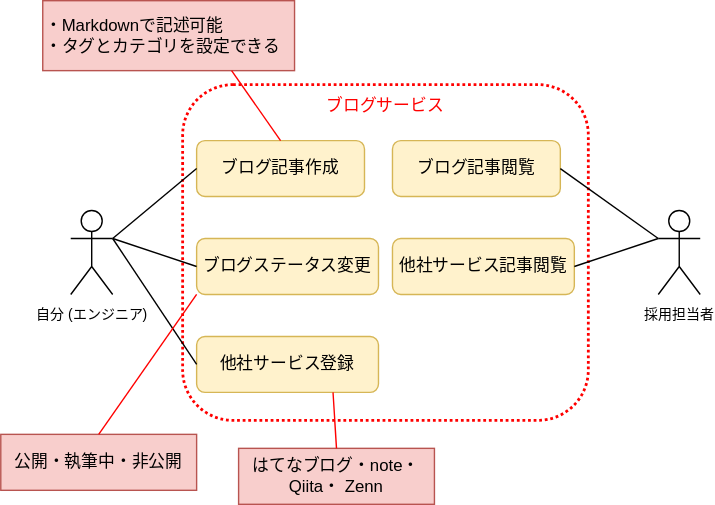
This is document/phase1/usecase.drawio.svg from fighters48/self-branding, a draw.io export, as it was before one commit. Source tidied: cells renumbered, new cells last; positions are measured from the earlier drawing's top-left corner, leaving out a move shared by most shapes.
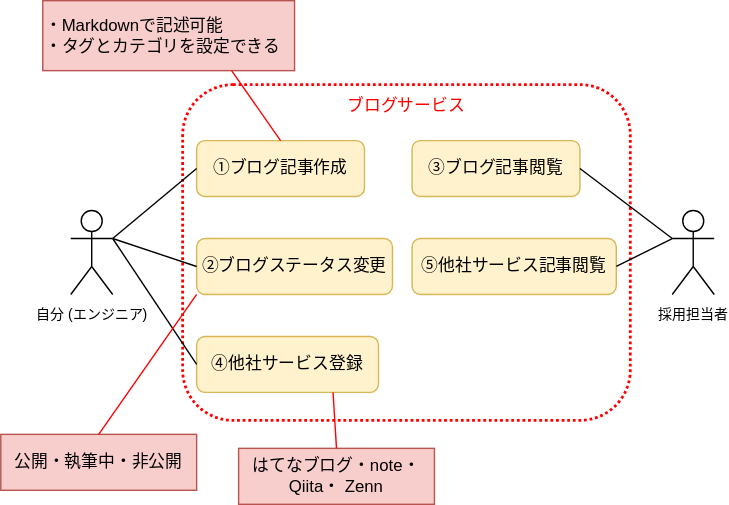
The same file after the commit.

Commit message:
feat: アクティビティ図を追加

What changed in the source:
```diff
@@ -6,28 +6,28 @@
       <mxGeometry x="50" y="150" width="30" height="60" as="geometry" />
     </mxCell>
     <mxCell id="3" value="&lt;font style=&quot;font-size: 10px;&quot;&gt;採用担当者&lt;/font&gt;" style="shape=umlActor;verticalLabelPosition=bottom;verticalAlign=top;html=1;outlineConnect=0;" parent="1" vertex="1">
-      <mxGeometry x="470" y="150" width="30" height="60" as="geometry" />
+      <mxGeometry x="480" y="150" width="30" height="60" as="geometry" />
     </mxCell>
     <mxCell id="4" style="rounded=1;whiteSpace=wrap;html=1;fillColor=none;strokeColor=#FF0000;strokeWidth=2;dashed=1;dashPattern=1 1;" parent="1" vertex="1">
-      <mxGeometry x="130" y="60" width="290" height="240" as="geometry" />
+      <mxGeometry x="130" y="60" width="320" height="240" as="geometry" />
     </mxCell>
     <mxCell id="5" value="&lt;font style=&quot;font-size: 12px;&quot; color=&quot;#ff0000&quot;&gt;ブログサービス&lt;/font&gt;" style="text;html=1;strokeColor=none;fillColor=none;align=center;verticalAlign=middle;whiteSpace=wrap;rounded=0;dashed=1;dashPattern=1 1;strokeWidth=2;" parent="1" vertex="1">
-      <mxGeometry x="225" y="60" width="100" height="30" as="geometry" />
+      <mxGeometry x="240" y="60" width="100" height="30" as="geometry" />
     </mxCell>
-    <mxCell id="6" value="ブログ記事作成" style="rounded=1;whiteSpace=wrap;html=1;strokeColor=#d6b656;strokeWidth=1;fontSize=12;fillColor=#fff2cc;" parent="1" vertex="1">
+    <mxCell id="6" value="①ブログ記事作成" style="rounded=1;whiteSpace=wrap;html=1;strokeColor=#d6b656;strokeWidth=1;fontSize=12;fillColor=#fff2cc;" parent="1" vertex="1">
       <mxGeometry x="140" y="100" width="120" height="40" as="geometry" />
     </mxCell>
-    <mxCell id="7" value="ブログステータス変更" style="rounded=1;whiteSpace=wrap;html=1;strokeColor=#d6b656;strokeWidth=1;fontSize=12;fillColor=#fff2cc;" parent="1" vertex="1">
-      <mxGeometry x="140" y="170" width="130" height="40" as="geometry" />
+    <mxCell id="7" value="②ブログステータス変更" style="rounded=1;whiteSpace=wrap;html=1;strokeColor=#d6b656;strokeWidth=1;fontSize=12;fillColor=#fff2cc;" parent="1" vertex="1">
+      <mxGeometry x="140" y="170" width="140" height="40" as="geometry" />
     </mxCell>
-    <mxCell id="8" value="他社サービス登録" style="rounded=1;whiteSpace=wrap;html=1;strokeColor=#d6b656;strokeWidth=1;fontSize=12;fillColor=#fff2cc;" parent="1" vertex="1">
+    <mxCell id="8" value="④他社サービス登録" style="rounded=1;whiteSpace=wrap;html=1;strokeColor=#d6b656;strokeWidth=1;fontSize=12;fillColor=#fff2cc;" parent="1" vertex="1">
       <mxGeometry x="140" y="240" width="130" height="40" as="geometry" />
     </mxCell>
-    <mxCell id="9" value="ブログ記事閲覧" style="rounded=1;whiteSpace=wrap;html=1;strokeColor=#d6b656;strokeWidth=1;fontSize=12;fillColor=#fff2cc;" parent="1" vertex="1">
-      <mxGeometry x="280" y="100" width="120" height="40" as="geometry" />
+    <mxCell id="9" value="③ブログ記事閲覧" style="rounded=1;whiteSpace=wrap;html=1;strokeColor=#d6b656;strokeWidth=1;fontSize=12;fillColor=#fff2cc;" parent="1" vertex="1">
+      <mxGeometry x="294" y="100" width="120" height="40" as="geometry" />
     </mxCell>
-    <mxCell id="10" value="他社サービス記事閲覧" style="rounded=1;whiteSpace=wrap;html=1;strokeColor=#d6b656;strokeWidth=1;fontSize=12;fillColor=#fff2cc;" parent="1" vertex="1">
-      <mxGeometry x="280" y="170" width="130" height="40" as="geometry" />
+    <mxCell id="10" value="⑤他社サービス記事閲覧" style="rounded=1;whiteSpace=wrap;html=1;strokeColor=#d6b656;strokeWidth=1;fontSize=12;fillColor=#fff2cc;" parent="1" vertex="1">
+      <mxGeometry x="294" y="170" width="146" height="40" as="geometry" />
     </mxCell>
     <mxCell id="11" style="endArrow=none;html=1;fontSize=12;fontColor=#FF0000;exitX=1;exitY=0.3333333333333333;exitDx=0;exitDy=0;exitPerimeter=0;entryX=0;entryY=0.5;entryDx=0;entryDy=0;" parent="1" edge="1" source="2" target="6">
       <mxGeometry relative="1" as="geometry" />
```
